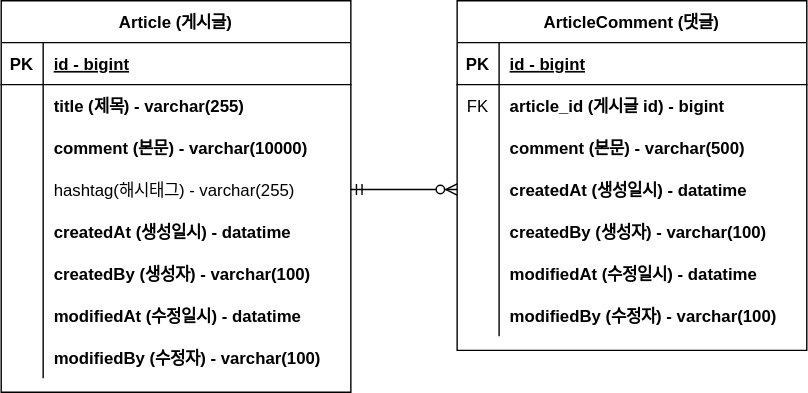
taehyeon0/board keeps this draw.io diagram as document/project-board-erd.svg. Above is the earlier version. Source tidied: cells renumbered, new cells last; positions are measured from the earlier drawing's top-left corner, leaving out a move shared by most shapes.
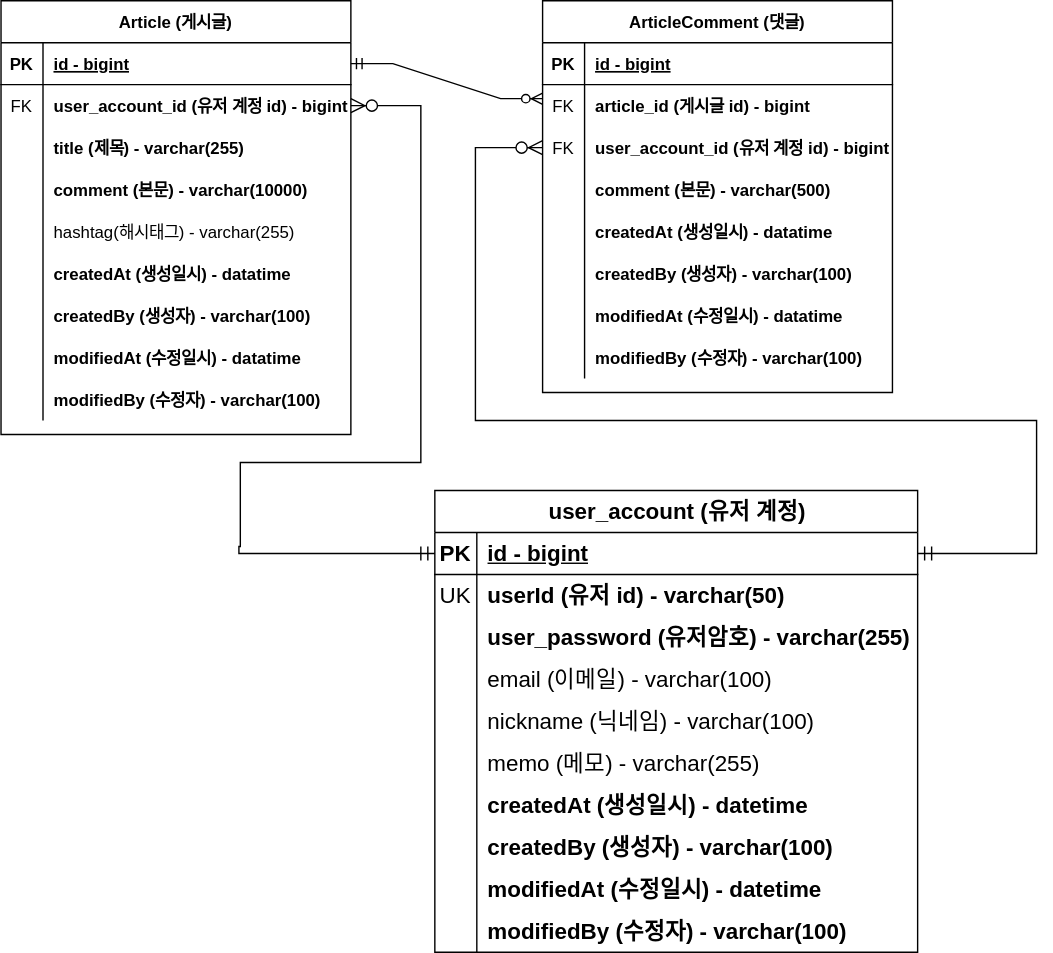
The same file after the commit.

Commit message:
회원 계정 erd 반영

What changed in the source:
```diff
@@ -3,7 +3,7 @@
     <mxCell id="0" />
     <mxCell id="1" parent="0" />
     <mxCell id="2" value="Article (게시글)" style="shape=table;startSize=30;rowLines=0;fontStyle=1;align=center;" parent="1" vertex="1">
-      <mxGeometry width="250" height="280" as="geometry" />
+      <mxGeometry x="-61" width="250" height="310" as="geometry" />
     </mxCell>
     <mxCell id="3" style="shape=partialRectangle;fillColor=none;points=[[0,0.5],[1,0.5]];portConstraint=eastwest;top=0;left=0;right=0;bottom=1;" parent="2" vertex="1">
       <mxGeometry y="30" width="250" height="30" as="geometry" />
@@ -17,14 +17,23 @@
     <mxCell id="6" style="shape=partialRectangle;fillColor=none;points=[[0,0.5],[1,0.5]];portConstraint=eastwest;top=0;left=0;right=0;bottom=0;" parent="2" vertex="1">
       <mxGeometry y="60" width="250" height="30" as="geometry" />
     </mxCell>
-    <mxCell id="7" style="shape=partialRectangle;overflow=hidden;fillColor=none;top=0;left=0;bottom=0;right=0;" parent="6" vertex="1">
+    <mxCell id="7" value="FK" style="shape=partialRectangle;overflow=hidden;fillColor=none;top=0;left=0;bottom=0;right=0;" parent="6" vertex="1">
       <mxGeometry width="30" height="30" as="geometry" />
     </mxCell>
-    <mxCell id="8" value="title (제목) - varchar(255) " style="shape=partialRectangle;overflow=hidden;fillColor=none;top=0;left=0;bottom=0;right=0;align=left;spacingLeft=6;fontStyle=1;" parent="6" vertex="1">
+    <mxCell id="8" value="user_account_id (유저 계정 id) - bigint" style="shape=partialRectangle;overflow=hidden;fillColor=none;top=0;left=0;bottom=0;right=0;align=left;spacingLeft=6;fontStyle=1;" parent="6" vertex="1">
       <mxGeometry x="30" width="220" height="30" as="geometry" />
     </mxCell>
+    <mxCell id="50" style="shape=partialRectangle;fillColor=none;top=0;left=0;right=0;bottom=0;" parent="2" vertex="1">
+      <mxGeometry y="90" width="250" height="30" as="geometry" />
+    </mxCell>
+    <mxCell id="51" style="shape=partialRectangle;overflow=hidden;fillColor=none;top=0;left=0;bottom=0;right=0;" parent="50" vertex="1">
+      <mxGeometry width="30" height="30" as="geometry" />
+    </mxCell>
+    <mxCell id="52" value="title (제목) - varchar(255) " style="shape=partialRectangle;overflow=hidden;fillColor=none;top=0;left=0;bottom=0;right=0;align=left;spacingLeft=6;fontStyle=1;" parent="50" vertex="1">
+      <mxGeometry x="30" width="220" height="30" as="geometry" />
+    </mxCell>
     <mxCell id="9" style="shape=partialRectangle;fillColor=none;top=0;left=0;right=0;bottom=0;" parent="2" vertex="1">
-      <mxGeometry y="90" width="250" height="30" as="geometry" />
+      <mxGeometry y="120" width="250" height="30" as="geometry" />
     </mxCell>
     <mxCell id="10" style="shape=partialRectangle;overflow=hidden;fillColor=none;top=0;left=0;bottom=0;right=0;" parent="9" vertex="1">
       <mxGeometry width="30" height="30" as="geometry" />
@@ -33,7 +42,7 @@
       <mxGeometry x="30" width="220" height="30" as="geometry" />
     </mxCell>
     <mxCell id="12" style="shape=partialRectangle;fillColor=none;points=[[0,0.5],[1,0.5]];portConstraint=eastwest;top=0;left=0;right=0;bottom=0;" parent="2" vertex="1">
-      <mxGeometry y="120" width="250" height="30" as="geometry" />
+      <mxGeometry y="150" width="250" height="30" as="geometry" />
     </mxCell>
     <mxCell id="13" style="shape=partialRectangle;overflow=hidden;fillColor=none;top=0;left=0;bottom=0;right=0;" parent="12" vertex="1">
       <mxGeometry width="30" height="30" as="geometry" />
@@ -42,7 +51,7 @@
       <mxGeometry x="30" width="220" height="30" as="geometry" />
     </mxCell>
     <mxCell id="15" style="shape=partialRectangle;fillColor=none;top=0;left=0;right=0;bottom=0;" parent="2" vertex="1">
-      <mxGeometry y="150" width="250" height="30" as="geometry" />
+      <mxGeometry y="180" width="250" height="30" as="geometry" />
     </mxCell>
     <mxCell id="16" style="shape=partialRectangle;overflow=hidden;fillColor=none;top=0;left=0;bottom=0;right=0;" parent="15" vertex="1">
       <mxGeometry width="30" height="30" as="geometry" />
@@ -51,7 +60,7 @@
       <mxGeometry x="30" width="220" height="30" as="geometry" />
     </mxCell>
     <mxCell id="18" style="shape=partialRectangle;fillColor=none;top=0;left=0;right=0;bottom=0;" parent="2" vertex="1">
-      <mxGeometry y="180" width="250" height="30" as="geometry" />
+      <mxGeometry y="210" width="250" height="30" as="geometry" />
     </mxCell>
     <mxCell id="19" style="shape=partialRectangle;overflow=hidden;fillColor=none;top=0;left=0;bottom=0;right=0;" parent="18" vertex="1">
       <mxGeometry width="30" height="30" as="geometry" />
@@ -60,7 +69,7 @@
       <mxGeometry x="30" width="220" height="30" as="geometry" />
     </mxCell>
     <mxCell id="21" style="shape=partialRectangle;fillColor=none;top=0;left=0;right=0;bottom=0;" parent="2" vertex="1">
-      <mxGeometry y="210" width="250" height="30" as="geometry" />
+      <mxGeometry y="240" width="250" height="30" as="geometry" />
     </mxCell>
     <mxCell id="22" style="shape=partialRectangle;overflow=hidden;fillColor=none;top=0;left=0;bottom=0;right=0;" parent="21" vertex="1">
       <mxGeometry width="30" height="30" as="geometry" />
@@ -69,7 +78,7 @@
       <mxGeometry x="30" width="220" height="30" as="geometry" />
     </mxCell>
     <mxCell id="24" style="shape=partialRectangle;fillColor=none;top=0;left=0;right=0;bottom=0;" parent="2" vertex="1">
-      <mxGeometry y="240" width="250" height="30" as="geometry" />
+      <mxGeometry y="270" width="250" height="30" as="geometry" />
     </mxCell>
     <mxCell id="25" style="shape=partialRectangle;overflow=hidden;fillColor=none;top=0;left=0;bottom=0;right=0;" parent="24" vertex="1">
       <mxGeometry width="30" height="30" as="geometry" />
@@ -78,7 +87,7 @@
       <mxGeometry x="30" width="220" height="30" as="geometry" />
     </mxCell>
     <mxCell id="27" value="ArticleComment (댓글)" style="shape=table;startSize=30;rowLines=0;fontStyle=1;align=center;" parent="1" vertex="1">
-      <mxGeometry x="326" width="250" height="250" as="geometry" />
+      <mxGeometry x="326" width="250" height="280" as="geometry" />
     </mxCell>
     <mxCell id="28" style="shape=partialRectangle;fillColor=none;top=0;left=0;right=0;bottom=1;" parent="27" vertex="1">
       <mxGeometry y="30" width="250" height="30" as="geometry" />
@@ -98,8 +107,17 @@
     <mxCell id="33" value="article_id (게시글 id) - bigint" style="shape=partialRectangle;overflow=hidden;fillColor=none;top=0;left=0;bottom=0;right=0;align=left;spacingLeft=6;fontStyle=1;" parent="31" vertex="1">
       <mxGeometry x="30" width="220" height="30" as="geometry" />
     </mxCell>
+    <mxCell id="53" style="shape=partialRectangle;fillColor=none;points=[[0,0.5],[1,0.5]];portConstraint=eastwest;top=0;left=0;right=0;bottom=0;" parent="27" vertex="1">
+      <mxGeometry y="90" width="250" height="30" as="geometry" />
+    </mxCell>
+    <mxCell id="54" value="FK" style="shape=partialRectangle;overflow=hidden;fillColor=none;top=0;left=0;bottom=0;right=0;" parent="53" vertex="1">
+      <mxGeometry width="30" height="30" as="geometry" />
+    </mxCell>
+    <mxCell id="55" value="user_account_id (유저 계정 id) - bigint" style="shape=partialRectangle;overflow=hidden;fillColor=none;top=0;left=0;bottom=0;right=0;align=left;spacingLeft=6;fontStyle=1;" parent="53" vertex="1">
+      <mxGeometry x="30" width="220" height="30" as="geometry" />
+    </mxCell>
     <mxCell id="34" style="shape=partialRectangle;fillColor=none;top=0;left=0;right=0;bottom=0;" parent="27" vertex="1">
-      <mxGeometry y="90" width="250" height="30" as="geometry" />
+      <mxGeometry y="120" width="250" height="30" as="geometry" />
     </mxCell>
     <mxCell id="35" style="shape=partialRectangle;overflow=hidden;fillColor=none;top=0;left=0;bottom=0;right=0;" parent="34" vertex="1">
       <mxGeometry width="30" height="30" as="geometry" />
@@ -108,7 +126,7 @@
       <mxGeometry x="30" width="220" height="30" as="geometry" />
     </mxCell>
     <mxCell id="37" style="shape=partialRectangle;fillColor=none;points=[[0,0.5],[1,0.5]];portConstraint=eastwest;top=0;left=0;right=0;bottom=0;" parent="27" vertex="1">
-      <mxGeometry y="120" width="250" height="30" as="geometry" />
+      <mxGeometry y="150" width="250" height="30" as="geometry" />
     </mxCell>
     <mxCell id="38" style="shape=partialRectangle;overflow=hidden;fillColor=none;top=0;left=0;bottom=0;right=0;" parent="37" vertex="1">
       <mxGeometry width="30" height="30" as="geometry" />
@@ -117,7 +135,7 @@
       <mxGeometry x="30" width="220" height="30" as="geometry" />
     </mxCell>
     <mxCell id="40" style="shape=partialRectangle;fillColor=none;top=0;left=0;right=0;bottom=0;" parent="27" vertex="1">
-      <mxGeometry y="150" width="250" height="30" as="geometry" />
+      <mxGeometry y="180" width="250" height="30" as="geometry" />
     </mxCell>
     <mxCell id="41" style="shape=partialRectangle;overflow=hidden;fillColor=none;top=0;left=0;bottom=0;right=0;" parent="40" vertex="1">
       <mxGeometry width="30" height="30" as="geometry" />
@@ -126,7 +144,7 @@
       <mxGeometry x="30" width="220" height="30" as="geometry" />
     </mxCell>
     <mxCell id="43" style="shape=partialRectangle;fillColor=none;top=0;left=0;right=0;bottom=0;" parent="27" vertex="1">
-      <mxGeometry y="180" width="250" height="30" as="geometry" />
+      <mxGeometry y="210" width="250" height="30" as="geometry" />
     </mxCell>
     <mxCell id="44" style="shape=partialRectangle;overflow=hidden;fillColor=none;top=0;left=0;bottom=0;right=0;" parent="43" vertex="1">
       <mxGeometry width="30" height="30" as="geometry" />
@@ -135,7 +153,7 @@
       <mxGeometry x="30" width="220" height="30" as="geometry" />
     </mxCell>
     <mxCell id="46" style="shape=partialRectangle;fillColor=none;top=0;left=0;right=0;bottom=0;" parent="27" vertex="1">
-      <mxGeometry y="210" width="250" height="30" as="geometry" />
+      <mxGeometry y="240" width="250" height="30" as="geometry" />
     </mxCell>
     <mxCell id="47" style="shape=partialRectangle;overflow=hidden;fillColor=none;top=0;left=0;bottom=0;right=0;" parent="46" vertex="1">
       <mxGeometry width="30" height="30" as="geometry" />
@@ -143,8 +161,125 @@
     <mxCell id="48" value="modifiedBy (수정자) - varchar(100)" style="shape=partialRectangle;overflow=hidden;fillColor=none;top=0;left=0;bottom=0;right=0;align=left;spacingLeft=6;fontStyle=1;" parent="46" vertex="1">
       <mxGeometry x="30" width="220" height="30" as="geometry" />
     </mxCell>
-    <mxCell id="49" style="edgeStyle=entityRelationEdgeStyle;fontSize=12;html=1;endArrow=ERzeroToMany;startArrow=ERmandOne;rounded=0;entryX=0;entryY=0.5;entryDx=0;entryDy=0;exitX=1;exitY=0.5;exitDx=0;exitDy=0;" parent="1" edge="1" source="12" target="37">
-      <mxGeometry relative="1" as="geometry" />
+    <mxCell id="49" style="edgeStyle=entityRelationEdgeStyle;fontSize=12;html=1;endArrow=ERzeroToMany;startArrow=ERmandOne;rounded=0;entryX=0;entryY=0.5;entryDx=0;entryDy=0;" parent="1" edge="1" source="3">
+      <mxGeometry relative="1" as="geometry">
+        <mxPoint x="326" y="70" as="targetPoint" />
+      </mxGeometry>
     </mxCell>
+    <mxCell id="56" value="user_account (유저 계정)" style="shape=table;startSize=30;rowLines=0;fontStyle=1;align=center;html=1;fontSize=16;" parent="1" vertex="1">
+      <mxGeometry x="249" y="350" width="345" height="330" as="geometry" />
+    </mxCell>
+    <mxCell id="57" style="shape=tableRow;horizontal=0;startSize=0;swimlaneHead=0;swimlaneBody=0;fillColor=none;points=[[0,0.5],[1,0.5]];portConstraint=eastwest;top=0;left=0;right=0;bottom=1;fontSize=16;" parent="56" vertex="1">
+      <mxGeometry y="30" width="345" height="30" as="geometry" />
+    </mxCell>
+    <mxCell id="58" value="PK" style="shape=partialRectangle;fillColor=none;top=0;left=0;bottom=0;right=0;fontStyle=1;overflow=hidden;whiteSpace=wrap;html=1;fontSize=16;" parent="57" vertex="1">
+      <mxGeometry width="30" height="30" as="geometry" />
+    </mxCell>
+    <mxCell id="59" value="id - bigint" style="shape=partialRectangle;fillColor=none;top=0;left=0;bottom=0;right=0;align=left;spacingLeft=6;fontStyle=5;overflow=hidden;whiteSpace=wrap;html=1;fontSize=16;" parent="57" vertex="1">
+      <mxGeometry x="30" width="315" height="30" as="geometry" />
+    </mxCell>
+    <mxCell id="60" style="shape=tableRow;horizontal=0;startSize=0;swimlaneHead=0;swimlaneBody=0;fillColor=none;top=0;left=0;right=0;bottom=0;fontSize=16;" parent="56" vertex="1">
+      <mxGeometry y="60" width="345" height="30" as="geometry" />
+    </mxCell>
+    <mxCell id="61" value="UK" style="shape=partialRectangle;fillColor=none;top=0;left=0;bottom=0;right=0;overflow=hidden;whiteSpace=wrap;html=1;fontSize=16;" parent="60" vertex="1">
+      <mxGeometry width="30" height="30" as="geometry" />
+    </mxCell>
+    <mxCell id="62" value="userId (유저 id) - varchar(50)" style="shape=partialRectangle;fillColor=none;top=0;left=0;bottom=0;right=0;align=left;spacingLeft=6;overflow=hidden;whiteSpace=wrap;html=1;fontSize=16;fontStyle=1;" parent="60" vertex="1">
+      <mxGeometry x="30" width="315" height="30" as="geometry" />
+    </mxCell>
+    <mxCell id="63" style="shape=tableRow;horizontal=0;startSize=0;swimlaneHead=0;swimlaneBody=0;fillColor=none;top=0;left=0;right=0;bottom=0;fontSize=16;" parent="56" vertex="1">
+      <mxGeometry y="90" width="345" height="30" as="geometry" />
+    </mxCell>
+    <mxCell id="64" style="shape=partialRectangle;fillColor=none;top=0;left=0;bottom=0;right=0;overflow=hidden;whiteSpace=wrap;html=1;fontSize=16;" parent="63" vertex="1">
+      <mxGeometry width="30" height="30" as="geometry" />
+    </mxCell>
+    <mxCell id="65" value="user_password (유저암호) - varchar(255)" style="shape=partialRectangle;fillColor=none;top=0;left=0;bottom=0;right=0;align=left;spacingLeft=6;overflow=hidden;whiteSpace=wrap;html=1;fontSize=16;fontStyle=1;" parent="63" vertex="1">
+      <mxGeometry x="30" width="315" height="30" as="geometry" />
+    </mxCell>
+    <mxCell id="66" style="shape=tableRow;horizontal=0;startSize=0;swimlaneHead=0;swimlaneBody=0;fillColor=none;top=0;left=0;right=0;bottom=0;fontSize=16;" parent="56" vertex="1">
+      <mxGeometry y="120" width="345" height="30" as="geometry" />
+    </mxCell>
+    <mxCell id="67" style="shape=partialRectangle;fillColor=none;top=0;left=0;bottom=0;right=0;overflow=hidden;whiteSpace=wrap;html=1;fontSize=16;" parent="66" vertex="1">
+      <mxGeometry width="30" height="30" as="geometry" />
+    </mxCell>
+    <mxCell id="68" value="email (이메일) - varchar(100)" style="shape=partialRectangle;fillColor=none;top=0;left=0;bottom=0;right=0;align=left;spacingLeft=6;overflow=hidden;whiteSpace=wrap;html=1;fontSize=16;" parent="66" vertex="1">
+      <mxGeometry x="30" width="315" height="30" as="geometry" />
+    </mxCell>
+    <mxCell id="69" style="shape=tableRow;horizontal=0;startSize=0;swimlaneHead=0;swimlaneBody=0;fillColor=none;top=0;left=0;right=0;bottom=0;fontSize=16;" parent="56" vertex="1">
+      <mxGeometry y="150" width="345" height="30" as="geometry" />
+    </mxCell>
+    <mxCell id="70" style="shape=partialRectangle;fillColor=none;top=0;left=0;bottom=0;right=0;overflow=hidden;whiteSpace=wrap;html=1;fontSize=16;" parent="69" vertex="1">
+      <mxGeometry width="30" height="30" as="geometry" />
+    </mxCell>
+    <mxCell id="71" value="nickname (닉네임) - varchar(100)&lt;span style=&quot;white-space: pre;&quot;&gt;&#9;&lt;/span&gt;" style="shape=partialRectangle;fillColor=none;top=0;left=0;bottom=0;right=0;align=left;spacingLeft=6;overflow=hidden;whiteSpace=wrap;html=1;fontSize=16;" parent="69" vertex="1">
+      <mxGeometry x="30" width="315" height="30" as="geometry" />
+    </mxCell>
+    <mxCell id="72" style="shape=tableRow;horizontal=0;startSize=0;swimlaneHead=0;swimlaneBody=0;fillColor=none;top=0;left=0;right=0;bottom=0;fontSize=16;" parent="56" vertex="1">
+      <mxGeometry y="180" width="345" height="30" as="geometry" />
+    </mxCell>
+    <mxCell id="73" style="shape=partialRectangle;fillColor=none;top=0;left=0;bottom=0;right=0;overflow=hidden;whiteSpace=wrap;html=1;fontSize=16;" parent="72" vertex="1">
+      <mxGeometry width="30" height="30" as="geometry" />
+    </mxCell>
+    <mxCell id="74" value="memo (메모) - varchar(255)" style="shape=partialRectangle;fillColor=none;top=0;left=0;bottom=0;right=0;align=left;spacingLeft=6;overflow=hidden;whiteSpace=wrap;html=1;fontSize=16;" parent="72" vertex="1">
+      <mxGeometry x="30" width="315" height="30" as="geometry" />
+    </mxCell>
+    <mxCell id="75" style="shape=tableRow;horizontal=0;startSize=0;swimlaneHead=0;swimlaneBody=0;fillColor=none;top=0;left=0;right=0;bottom=0;fontSize=16;" parent="56" vertex="1">
+      <mxGeometry y="210" width="345" height="30" as="geometry" />
+    </mxCell>
+    <mxCell id="76" style="shape=partialRectangle;fillColor=none;top=0;left=0;bottom=0;right=0;overflow=hidden;whiteSpace=wrap;html=1;fontSize=16;" parent="75" vertex="1">
+      <mxGeometry width="30" height="30" as="geometry" />
+    </mxCell>
+    <mxCell id="77" value="createdAt (생성일시) - datetime" style="shape=partialRectangle;fillColor=none;top=0;left=0;bottom=0;right=0;align=left;spacingLeft=6;overflow=hidden;whiteSpace=wrap;html=1;fontSize=16;fontStyle=1;" parent="75" vertex="1">
+      <mxGeometry x="30" width="315" height="30" as="geometry" />
+    </mxCell>
+    <mxCell id="78" style="shape=tableRow;horizontal=0;startSize=0;swimlaneHead=0;swimlaneBody=0;fillColor=none;top=0;left=0;right=0;bottom=0;fontSize=16;" parent="56" vertex="1">
+      <mxGeometry y="240" width="345" height="30" as="geometry" />
+    </mxCell>
+    <mxCell id="79" style="shape=partialRectangle;fillColor=none;top=0;left=0;bottom=0;right=0;overflow=hidden;whiteSpace=wrap;html=1;fontSize=16;" parent="78" vertex="1">
+      <mxGeometry width="30" height="30" as="geometry" />
+    </mxCell>
+    <mxCell id="80" value="createdBy (생성자) - varchar(100)" style="shape=partialRectangle;fillColor=none;top=0;left=0;bottom=0;right=0;align=left;spacingLeft=6;overflow=hidden;whiteSpace=wrap;html=1;fontSize=16;fontStyle=1;" parent="78" vertex="1">
+      <mxGeometry x="30" width="315" height="30" as="geometry" />
+    </mxCell>
+    <mxCell id="81" style="shape=tableRow;horizontal=0;startSize=0;swimlaneHead=0;swimlaneBody=0;fillColor=none;top=0;left=0;right=0;bottom=0;fontSize=16;" parent="56" vertex="1">
+      <mxGeometry y="270" width="345" height="30" as="geometry" />
+    </mxCell>
+    <mxCell id="82" style="shape=partialRectangle;fillColor=none;top=0;left=0;bottom=0;right=0;overflow=hidden;whiteSpace=wrap;html=1;fontSize=16;" parent="81" vertex="1">
+      <mxGeometry width="30" height="30" as="geometry" />
+    </mxCell>
+    <mxCell id="83" value="modifiedAt (수정일시) - datetime" style="shape=partialRectangle;fillColor=none;top=0;left=0;bottom=0;right=0;align=left;spacingLeft=6;overflow=hidden;whiteSpace=wrap;html=1;fontSize=16;fontStyle=1;" parent="81" vertex="1">
+      <mxGeometry x="30" width="315" height="30" as="geometry" />
+    </mxCell>
+    <mxCell id="84" style="shape=tableRow;horizontal=0;startSize=0;swimlaneHead=0;swimlaneBody=0;fillColor=none;top=0;left=0;right=0;bottom=0;fontSize=16;" parent="56" vertex="1">
+      <mxGeometry y="300" width="345" height="30" as="geometry" />
+    </mxCell>
+    <mxCell id="85" style="shape=partialRectangle;fillColor=none;top=0;left=0;bottom=0;right=0;overflow=hidden;whiteSpace=wrap;html=1;fontSize=16;" parent="84" vertex="1">
+      <mxGeometry width="30" height="30" as="geometry" />
+    </mxCell>
+    <mxCell id="86" value="modifiedBy (수정자) - varchar(100)" style="shape=partialRectangle;fillColor=none;top=0;left=0;bottom=0;right=0;align=left;spacingLeft=6;overflow=hidden;whiteSpace=wrap;html=1;fontSize=16;fontStyle=1;" parent="84" vertex="1">
+      <mxGeometry x="30" width="315" height="30" as="geometry" />
+    </mxCell>
+    <mxCell id="87" style="edgeStyle=orthogonalEdgeStyle;fontSize=12;html=1;endArrow=ERzeroToMany;startArrow=ERmandOne;rounded=0;startSize=8;endSize=8;entryX=1;entryY=0.5;entryDx=0;entryDy=0;exitX=0;exitY=0.5;exitDx=0;exitDy=0;" parent="1" edge="1" source="57" target="6">
+      <mxGeometry relative="1" as="geometry">
+        <Array as="points">
+          <mxPoint x="109" y="395" />
+          <mxPoint x="109" y="390" />
+          <mxPoint x="110" y="390" />
+          <mxPoint x="110" y="330" />
+          <mxPoint x="239" y="330" />
+          <mxPoint x="239" y="75" />
+        </Array>
+      </mxGeometry>
+    </mxCell>
+    <mxCell id="88" style="edgeStyle=orthogonalEdgeStyle;fontSize=12;html=1;endArrow=ERzeroToMany;startArrow=ERmandOne;rounded=0;startSize=8;endSize=8;entryX=0;entryY=0.5;entryDx=0;entryDy=0;exitX=1;exitY=0.5;exitDx=0;exitDy=0;" parent="1" edge="1" source="57" target="53">
+      <mxGeometry relative="1" as="geometry">
+        <Array as="points">
+          <mxPoint x="679" y="395" />
+          <mxPoint x="679" y="300" />
+          <mxPoint x="278" y="300" />
+          <mxPoint x="278" y="105" />
+        </Array>
+      </mxGeometry>
+    </mxCell>
   </root>
 </mxGraphModel>
```
